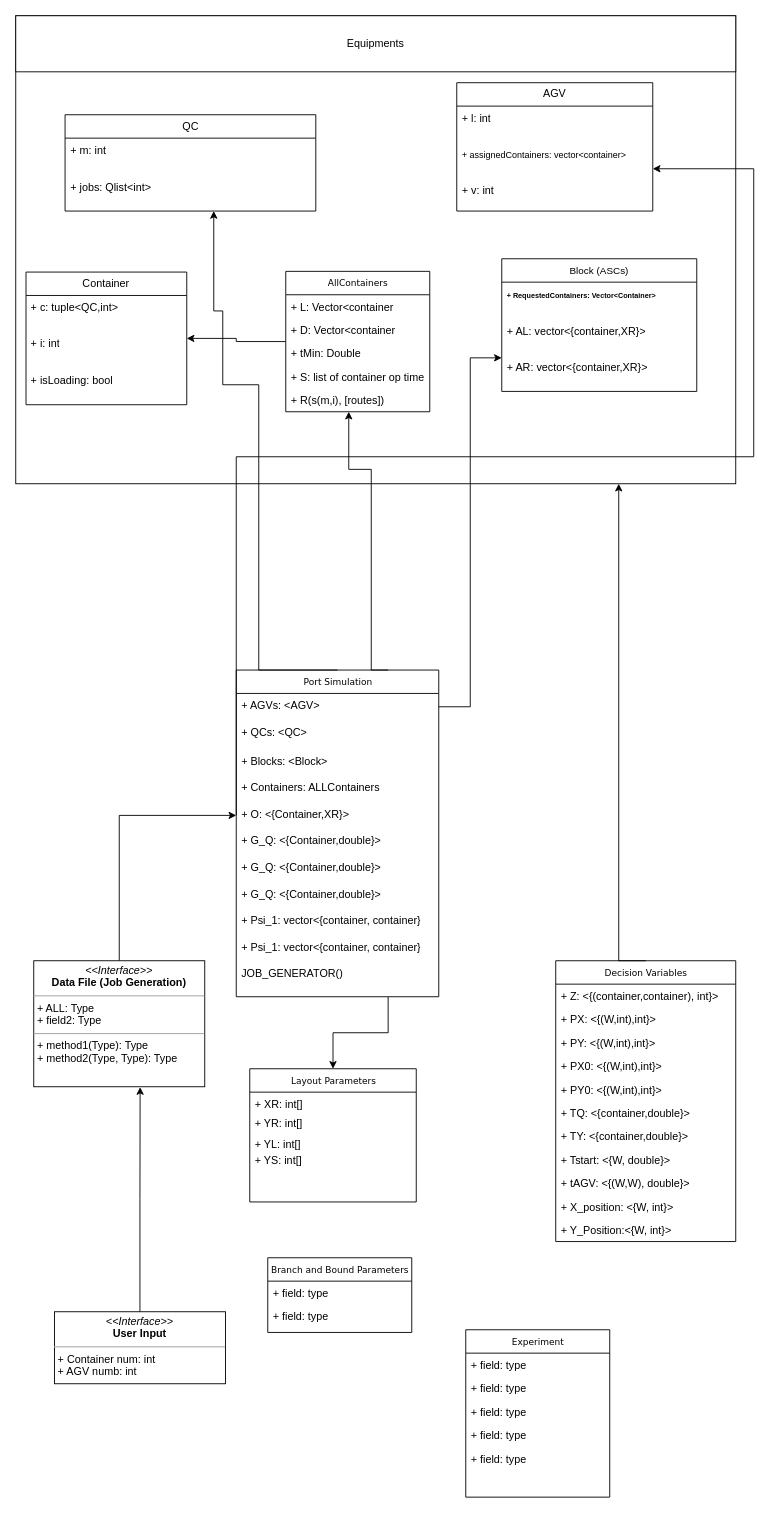
The draw.io diagram AGV-Conflict-Free/BBAPP_UML.drawio in amireza007/AGV-Project, before the edit. Source tidied: cells renumbered, new cells numbered last; positions are measured from the earlier drawing's top-left corner, leaving out a move shared by most shapes. Both pictures are drawn from the tidied source at 90%, with x=0, y=0 at pixel (15, 15).
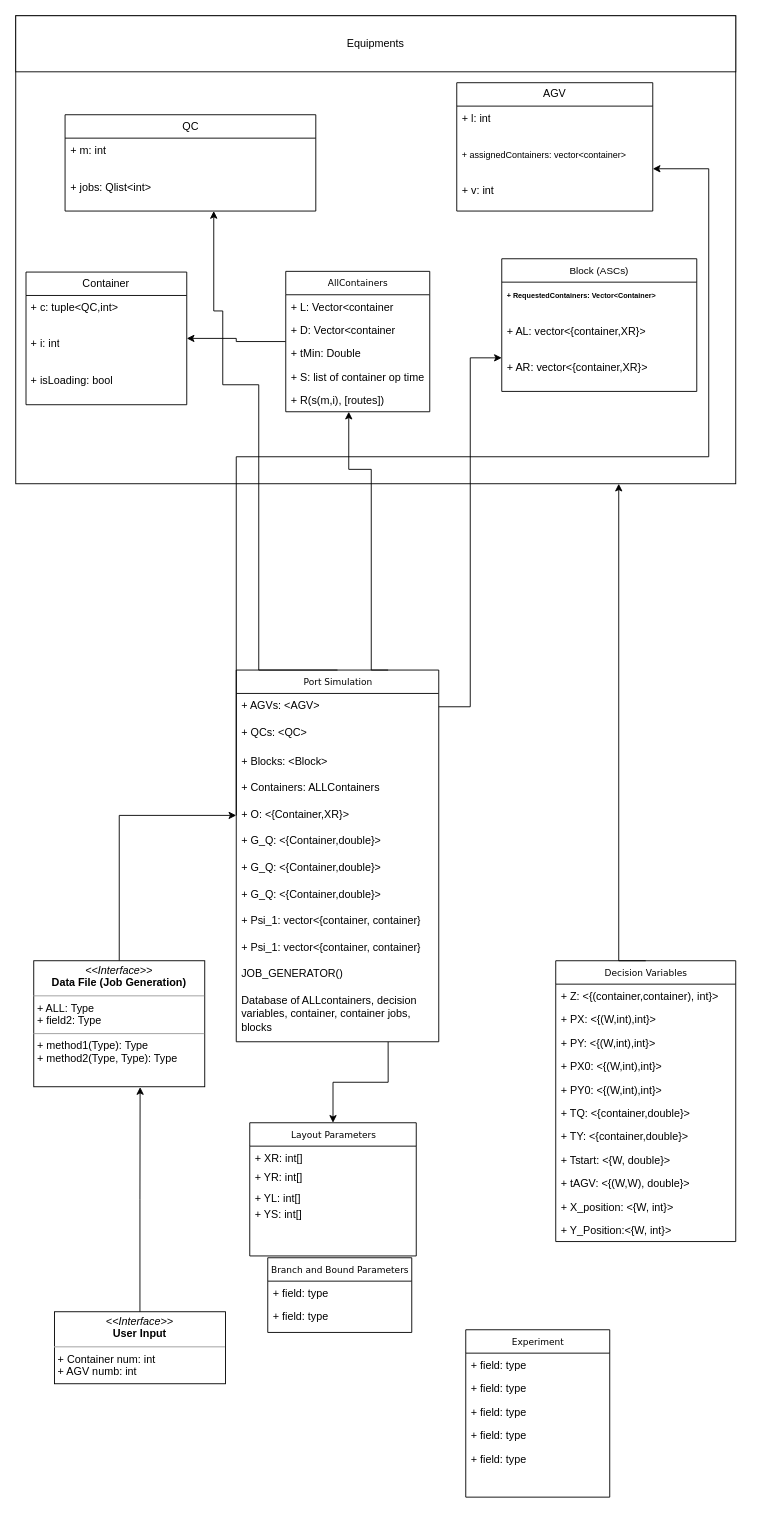
Above is the later version.

Unchanged cells that the change refers to:
```xml
<mxCell id="64" value="AGV" style="swimlane;fontStyle=0;horizontal=1;startSize=26;fillColor=none;whiteSpace=wrap;html=1;" parent="51" vertex="1">
  <mxGeometry x="490" y="74.4" width="217.8" height="142.6" as="geometry" />
</mxCell>
```

What changed in the source:
```diff
@@
     <mxCell id="27" style="group;" parent="1" vertex="1">
-      <mxGeometry x="260" y="1170" width="185" height="148" as="geometry" />
+      <mxGeometry x="260" y="1230" width="185" height="148" as="geometry" />
     </mxCell>
@@
     <mxCell id="35" value="Port Simulation" style="swimlane;html=1;fontStyle=0;horizontal=1;startSize=26;fillColor=none;swimlaneFillColor=#ffffff;rounded=0;shadow=0;comic=0;labelBackgroundColor=none;strokeWidth=1;fontFamily=Verdana;fontSize=10;align=center;" parent="1" vertex="1">
-      <mxGeometry x="245" y="727" width="225" height="363" as="geometry" />
+      <mxGeometry x="245" y="727" width="225" height="413" as="geometry" />
     </mxCell>
@@
+    <mxCell id="76" value="Database of ALLcontainers, decision variables, container, container jobs, blocks" style="text;html=1;strokeColor=none;fillColor=none;align=left;verticalAlign=top;spacingLeft=4;spacingRight=4;whiteSpace=wrap;overflow=hidden;strokeWidth=0;" parent="35" vertex="1">
+      <mxGeometry y="353.9" width="225" height="56.1" as="geometry" />
+    </mxCell>
     <mxCell id="47" style="edgeStyle=orthogonalEdgeStyle;rounded=0;jettySize=auto;html=1;exitX=0;exitY=0.5;exitDx=0;exitDy=0;" parent="1" edge="1" target="64">
       <mxGeometry relative="1" as="geometry">
         <mxPoint x="245" y="888.5" as="sourcePoint" />
         <Array as="points">
           <mxPoint x="245" y="490" />
-          <mxPoint x="820" y="490" />
-          <mxPoint x="820" y="170" />
+          <mxPoint x="770" y="490" />
+          <mxPoint x="770" y="170" />
         </Array>
       </mxGeometry>
     </mxCell>
```
